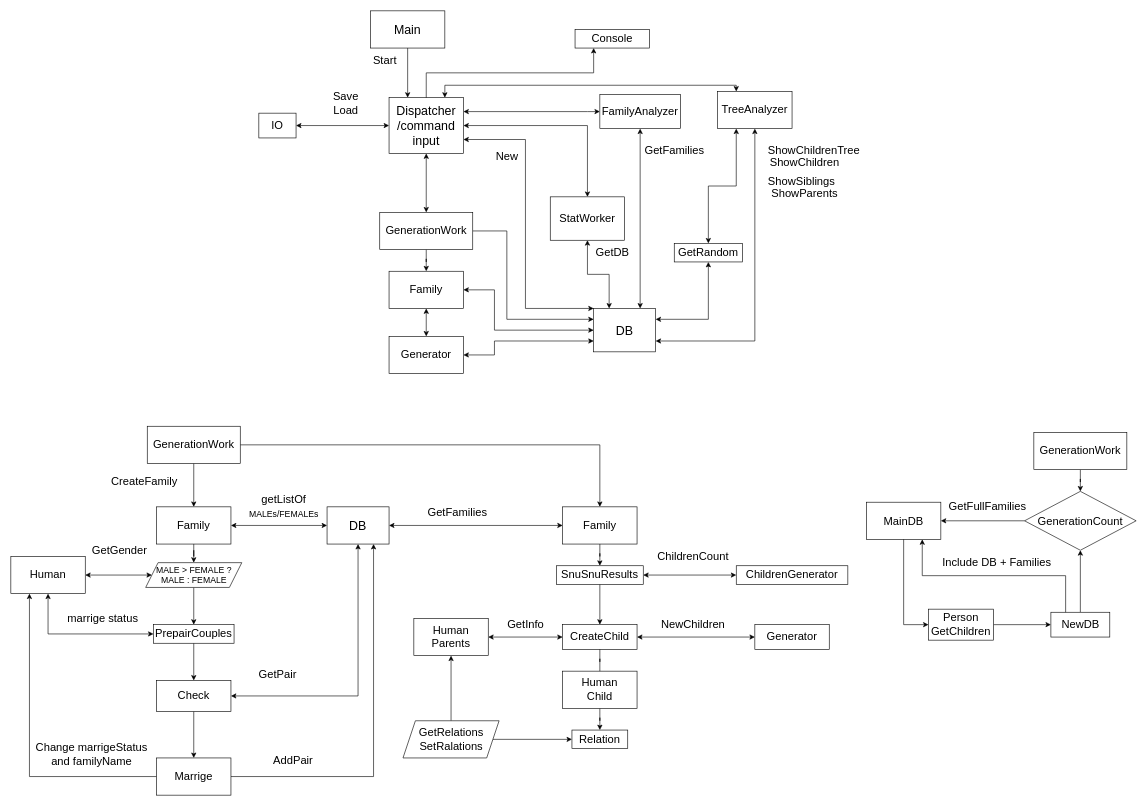
Before: Docs/GenerationTree.drawio in Liberate520/homeWork, a draw.io diagram. Source tidied: cells renumbered, new cells numbered last; positions are measured from the earlier drawing's top-left corner, leaving out a move shared by most shapes. Both pictures are drawn from the tidied source at 62%, with x=0, y=0 at pixel (11, 11).
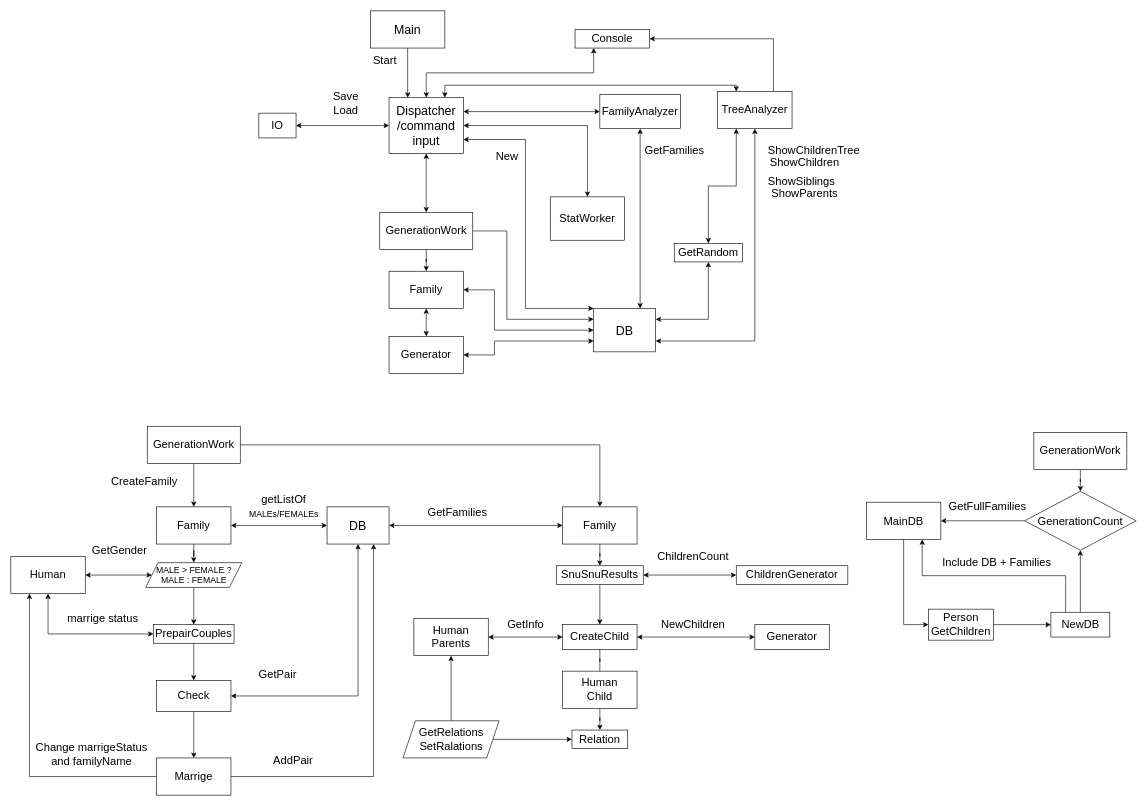
After the change.

The change refers to these unchanged cells:
```xml
<mxCell id="4" value="&lt;font style=&quot;font-size: 20px;&quot;&gt;Dispatcher&lt;br&gt;/command input&lt;br&gt;&lt;/font&gt;" style="rounded=0;whiteSpace=wrap;html=1;" parent="1" vertex="1">
  <mxGeometry x="610" y="140" width="120" height="90" as="geometry" />
</mxCell>
<mxCell id="13" value="TreeAnalyzer" style="rounded=0;whiteSpace=wrap;html=1;fontSize=18;" parent="1" vertex="1">
  <mxGeometry x="1140" y="130" width="120" height="60" as="geometry" />
</mxCell>
<mxCell id="24" value="StatWorker" style="whiteSpace=wrap;html=1;fontSize=18;" parent="1" vertex="1">
  <mxGeometry x="870" y="300" width="120" height="70" as="geometry" />
</mxCell>
<mxCell id="94" value="&lt;font style=&quot;font-size: 20px;&quot;&gt;DB&lt;br&gt;&lt;/font&gt;" style="rounded=0;whiteSpace=wrap;html=1;" parent="1" vertex="1">
  <mxGeometry x="940" y="480" width="100" height="70" as="geometry" />
</mxCell>
<mxCell id="102" value="Console" style="whiteSpace=wrap;html=1;fontSize=18;" parent="1" vertex="1">
  <mxGeometry x="910" y="30" width="120" height="30" as="geometry" />
</mxCell>
```

What changed in the source:
```diff
@@
+    <mxCell id="104" style="edgeStyle=orthogonalEdgeStyle;rounded=0;jettySize=auto;html=1;entryX=1;entryY=0.5;entryDx=0;entryDy=0;exitX=0.75;exitY=0;exitDx=0;exitDy=0;" parent="1" edge="1" source="13" target="102">
+      <mxGeometry relative="1" as="geometry" />
+    </mxCell>
@@
-    <mxCell id="26" value="GetDB" style="text;html=1;align=center;verticalAlign=middle;strokeColor=none;fillColor=none;fontSize=18;" parent="1" vertex="1">
-      <mxGeometry x="930" y="370" width="80" height="40" as="geometry" />
-    </mxCell>
@@
-    <mxCell id="97" style="endArrow=classic;startArrow=classic;html=1;rounded=0;fontSize=18;entryX=0.5;entryY=1;entryDx=0;entryDy=0;exitX=0.25;exitY=0;exitDx=0;exitDy=0;edgeStyle=orthogonalEdgeStyle;" parent="1" edge="1" source="94" target="24">
-      <mxGeometry relative="1" as="geometry" />
-    </mxCell>
@@
-    <mxCell id="103" style="endArrow=classic;html=1;rounded=0;fontSize=18;exitX=0.5;exitY=0;exitDx=0;exitDy=0;entryX=0.25;entryY=1;entryDx=0;entryDy=0;edgeStyle=orthogonalEdgeStyle;" parent="1" edge="1" source="4" target="102">
+    <mxCell id="103" style="endArrow=classic;startArrow=classic;html=1;rounded=0;entryX=0.25;entryY=1;entryDx=0;entryDy=0;exitX=0.5;exitY=0;exitDx=0;exitDy=0;edgeStyle=orthogonalEdgeStyle;" parent="1" edge="1" source="4" target="102">
       <mxGeometry relative="1" as="geometry" />
     </mxCell>
```
